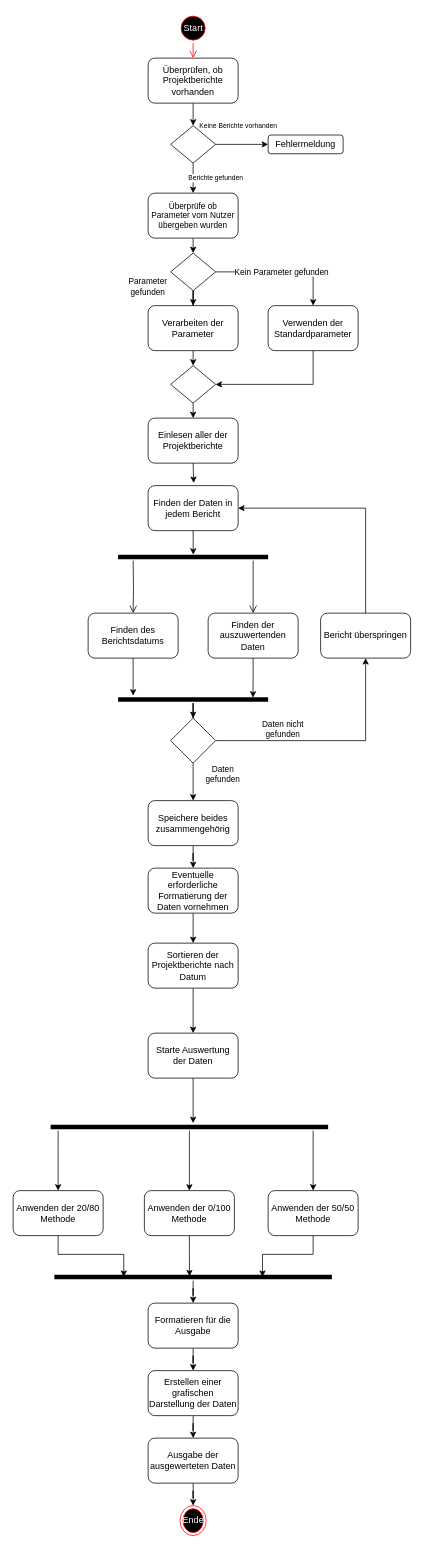
Above: activity.drawio in INKSec/Diagramme (draw.io), before the change. Source tidied: cells renumbered, new cells numbered last; positions are measured from the earlier drawing's top-left corner, leaving out a move shared by most shapes. Both pictures are drawn from the tidied source at 75%, with x=0, y=0 at pixel (13, 13).
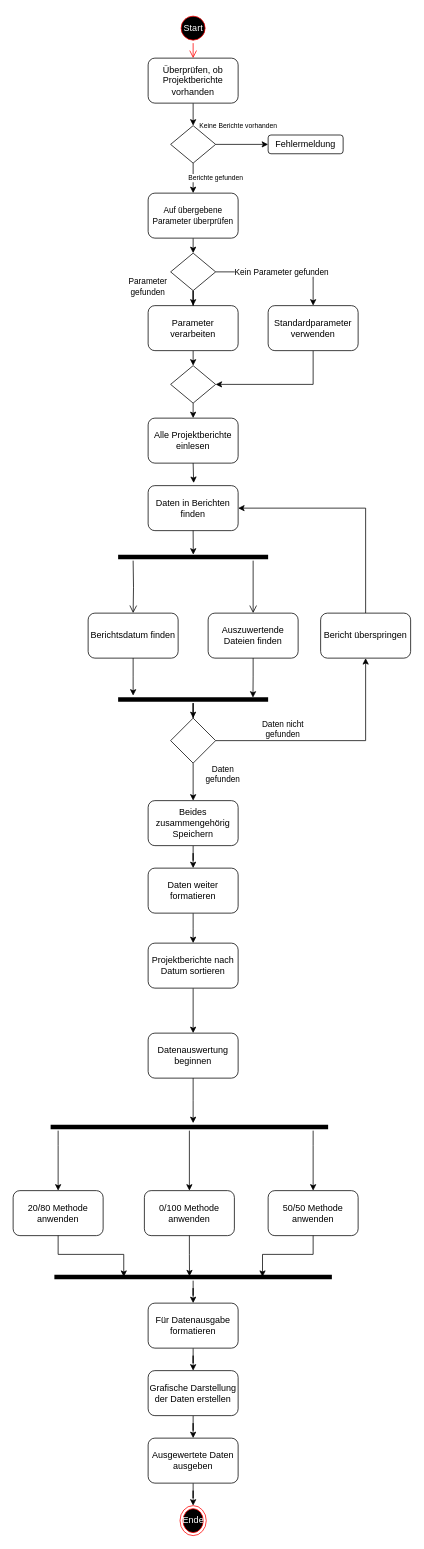
The same diagram, later.

Commit message:
activity.drawio verben ans Ende gepackt

The edit, as a diff of the source:
```diff
@@
-    <mxCell id="7" value="Überprüfe ob Parameter vom Nutzer übergeben wurden" style="rounded=1;whiteSpace=wrap;html=1;fontSize=11;" parent="1" vertex="1">
+    <mxCell id="7" value="Auf übergebene Parameter überprüfen" style="rounded=1;whiteSpace=wrap;html=1;fontSize=11;" parent="1" vertex="1">
       <mxGeometry x="180" y="240" width="120" height="60" as="geometry" />
     </mxCell>
@@
-    <mxCell id="13" value="Verarbeiten der Parameter" style="rounded=1;whiteSpace=wrap;html=1;" parent="1" vertex="1">
+    <mxCell id="13" value="Parameter verarbeiten" style="rounded=1;whiteSpace=wrap;html=1;" parent="1" vertex="1">
       <mxGeometry x="180" y="390" width="120" height="60" as="geometry" />
     </mxCell>
@@
-    <mxCell id="18" value="Verwenden der Standardparameter" style="rounded=1;whiteSpace=wrap;html=1;" parent="1" vertex="1">
+    <mxCell id="18" value="Standardparameter verwenden" style="rounded=1;whiteSpace=wrap;html=1;" parent="1" vertex="1">
       <mxGeometry x="340" y="390" width="120" height="60" as="geometry" />
     </mxCell>
@@
-    <mxCell id="22" value="Einlesen aller der Projektberichte" style="rounded=1;whiteSpace=wrap;html=1;" parent="1" vertex="1">
+    <mxCell id="22" value="Alle Projektberichte einlesen" style="rounded=1;whiteSpace=wrap;html=1;" parent="1" vertex="1">
       <mxGeometry x="180" y="540" width="120" height="60" as="geometry" />
     </mxCell>
-    <mxCell id="23" value="Finden der Daten in jedem Bericht" style="rounded=1;whiteSpace=wrap;html=1;" parent="1" vertex="1">
+    <mxCell id="23" value="Daten in Berichten finden" style="rounded=1;whiteSpace=wrap;html=1;" parent="1" vertex="1">
       <mxGeometry x="180" y="630" width="120" height="60" as="geometry" />
     </mxCell>
@@
-    <mxCell id="29" value="Finden des Berichtsdatums" style="rounded=1;whiteSpace=wrap;html=1;" parent="1" vertex="1">
+    <mxCell id="29" value="Berichtsdatum finden" style="rounded=1;whiteSpace=wrap;html=1;" parent="1" vertex="1">
       <mxGeometry x="100" y="800" width="120" height="60" as="geometry" />
     </mxCell>
-    <mxCell id="30" value="Finden der auszuwertenden Daten" style="rounded=1;whiteSpace=wrap;html=1;" parent="1" vertex="1">
+    <mxCell id="30" value="Auszuwertende Dateien finden" style="rounded=1;whiteSpace=wrap;html=1;" parent="1" vertex="1">
       <mxGeometry x="260" y="800" width="120" height="60" as="geometry" />
     </mxCell>
@@
-    <mxCell id="36" value="Speichere beides zusammengehörig" style="rounded=1;whiteSpace=wrap;html=1;" parent="1" vertex="1">
+    <mxCell id="36" value="Beides zusammengehörig Speichern" style="rounded=1;whiteSpace=wrap;html=1;" parent="1" vertex="1">
       <mxGeometry x="180" y="1050" width="120" height="60" as="geometry" />
     </mxCell>
@@
-    <mxCell id="38" value="Eventuelle erforderliche Formatierung der Daten vornehmen" style="rounded=1;whiteSpace=wrap;html=1;" parent="1" vertex="1">
+    <mxCell id="38" value="Daten weiter formatieren" style="rounded=1;whiteSpace=wrap;html=1;" parent="1" vertex="1">
       <mxGeometry x="180" y="1140" width="120" height="60" as="geometry" />
     </mxCell>
-    <mxCell id="39" value="Starte Auswertung der Daten" style="rounded=1;whiteSpace=wrap;html=1;" parent="1" vertex="1">
+    <mxCell id="39" value="Datenauswertung beginnen" style="rounded=1;whiteSpace=wrap;html=1;" parent="1" vertex="1">
       <mxGeometry x="180" y="1360" width="120" height="60" as="geometry" />
     </mxCell>
@@
-    <mxCell id="50" value="Anwenden der 20/80 Methode" style="rounded=1;whiteSpace=wrap;html=1;" parent="1" vertex="1">
+    <mxCell id="50" value="20/80 Methode anwenden" style="rounded=1;whiteSpace=wrap;html=1;" parent="1" vertex="1">
       <mxGeometry y="1570" width="120" height="60" as="geometry" />
     </mxCell>
-    <mxCell id="51" value="Anwenden der 50/50 Methode" style="rounded=1;whiteSpace=wrap;html=1;" parent="1" vertex="1">
+    <mxCell id="51" value="50/50 Methode anwenden" style="rounded=1;whiteSpace=wrap;html=1;" parent="1" vertex="1">
       <mxGeometry x="340" y="1570" width="120" height="60" as="geometry" />
     </mxCell>
-    <mxCell id="52" value="Anwenden der 0/100 Methode" style="rounded=1;whiteSpace=wrap;html=1;" parent="1" vertex="1">
+    <mxCell id="52" value="0/100 Methode anwenden" style="rounded=1;whiteSpace=wrap;html=1;" parent="1" vertex="1">
       <mxGeometry x="175" y="1570" width="120" height="60" as="geometry" />
     </mxCell>
@@
-    <mxCell id="59" value="Formatieren für die Ausgabe" style="rounded=1;whiteSpace=wrap;html=1;" parent="1" vertex="1">
+    <mxCell id="59" value="Für Datenausgabe formatieren" style="rounded=1;whiteSpace=wrap;html=1;" parent="1" vertex="1">
       <mxGeometry x="180" y="1720" width="120" height="60" as="geometry" />
     </mxCell>
@@
-    <mxCell id="61" value="Erstellen einer grafischen Darstellung der Daten" style="rounded=1;whiteSpace=wrap;html=1;" parent="1" vertex="1">
+    <mxCell id="61" value="Grafische Darstellung der Daten erstellen" style="rounded=1;whiteSpace=wrap;html=1;" parent="1" vertex="1">
       <mxGeometry x="180" y="1810" width="120" height="60" as="geometry" />
     </mxCell>
@@
-    <mxCell id="63" value="Ausgabe der ausgewerteten Daten" style="rounded=1;whiteSpace=wrap;html=1;" parent="1" vertex="1">
+    <mxCell id="63" value="Ausgewertete Daten ausgeben" style="rounded=1;whiteSpace=wrap;html=1;" parent="1" vertex="1">
       <mxGeometry x="180" y="1900" width="120" height="60" as="geometry" />
     </mxCell>
@@
-    <mxCell id="65" value="Sortieren der Projektberichte nach Datum" style="rounded=1;whiteSpace=wrap;html=1;" parent="1" vertex="1">
+    <mxCell id="65" value="Projektberichte nach Datum sortieren" style="rounded=1;whiteSpace=wrap;html=1;" parent="1" vertex="1">
       <mxGeometry x="180" y="1240" width="120" height="60" as="geometry" />
     </mxCell>
```
